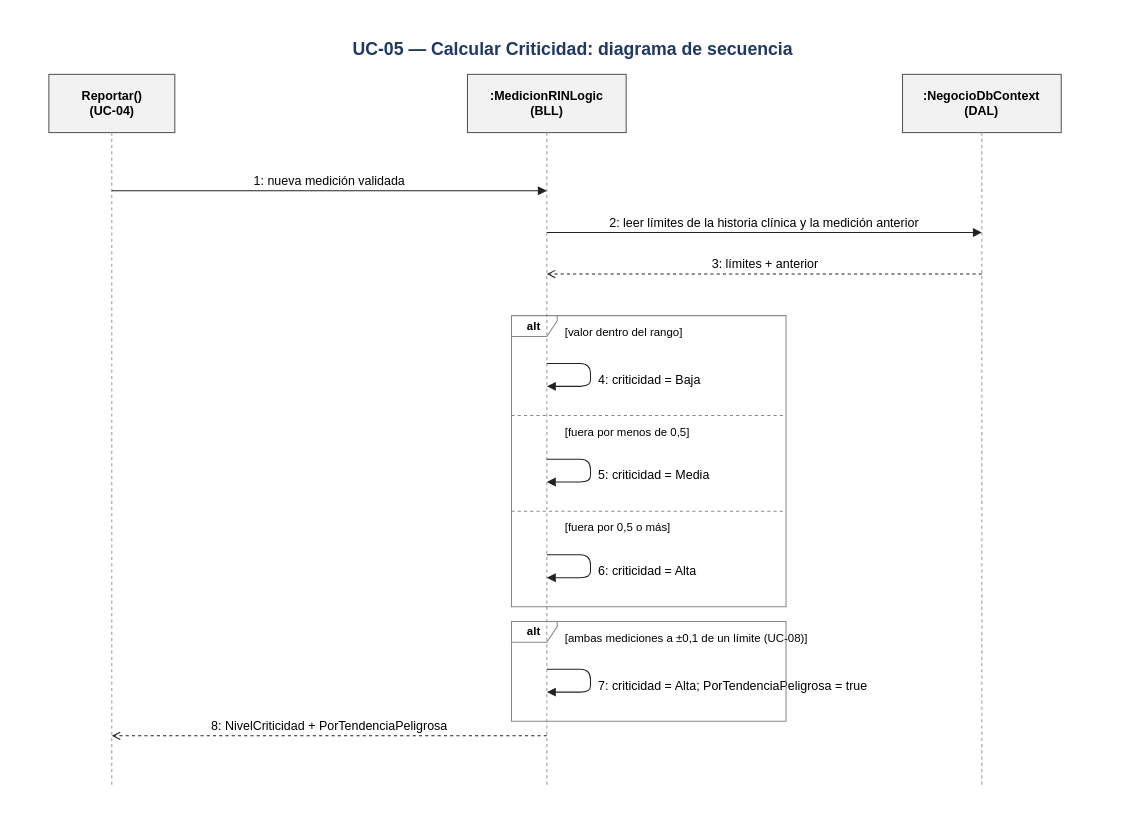
Above: Diagramas/UC-05/UC-05 - Secuencia.drawio in DanteSchlogl/OpenRIN-corregido (draw.io), before the change. Source tidied: cells renumbered, new cells numbered last; positions are measured from the earlier drawing's top-left corner, leaving out a move shared by most shapes. Both pictures are drawn from the tidied source at 104%, with x=0, y=0 at pixel (18, 32).
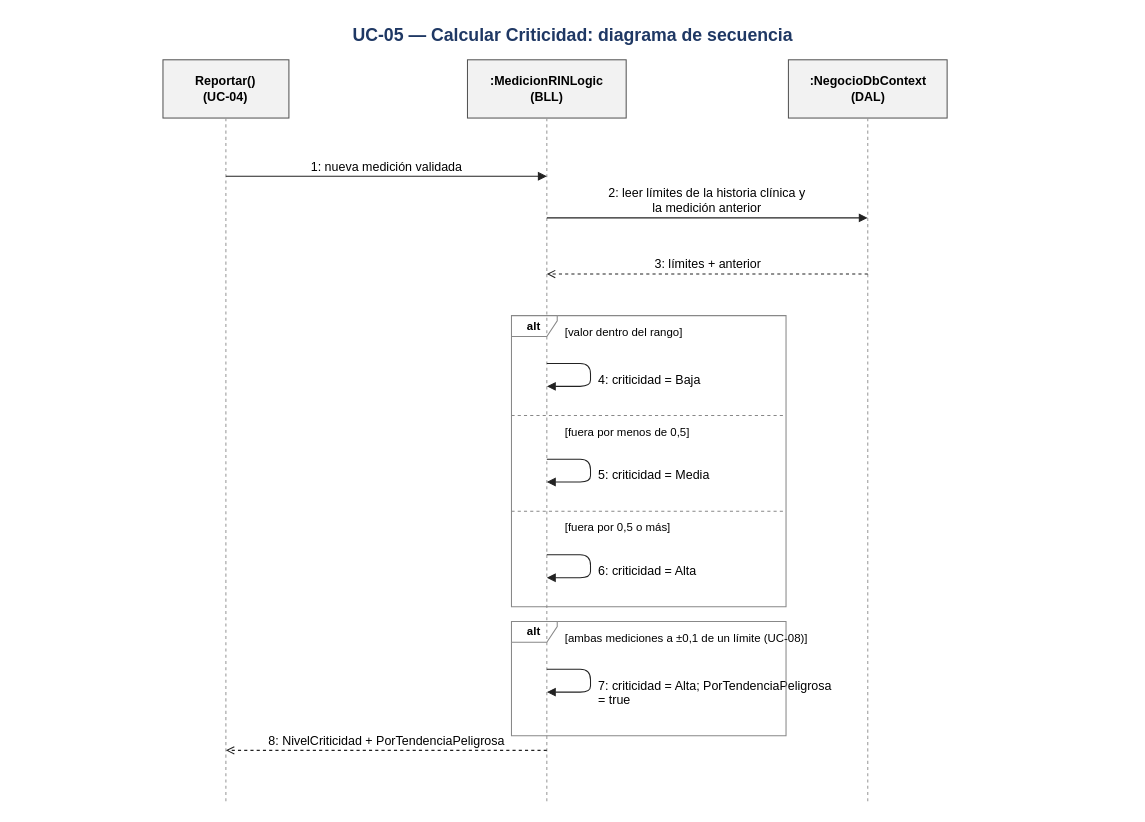
The same page after the edit.

What changed in the source:
```diff
@@
     <mxCell id="2" value="UC-05 — Calcular Criticidad: diagrama de secuencia" style="text;html=1;strokeColor=none;fillColor=none;fontFamily=Arial;whiteSpace=nowrap;fontSize=17;fontStyle=1;fontColor=#1F3864;align=center;whiteSpace=wrap;" parent="1" vertex="1">
-      <mxGeometry width="1066.6" height="28" as="geometry" />
+      <mxGeometry x="109.7" y="-14" width="847.2" height="28" as="geometry" />
     </mxCell>
     <mxCell id="3" value="Reportar()&lt;br/&gt;(UC-04)" style="rounded=0;whiteSpace=wrap;html=1;fillColor=#F2F2F2;strokeColor=#555555;fontFamily=Arial;fontSize=12;fontStyle=1;" parent="1" vertex="1">
-      <mxGeometry x="29.5" y="40" width="121.1" height="56" as="geometry" />
+      <mxGeometry x="139.2" y="26" width="121.1" height="56" as="geometry" />
     </mxCell>
     <mxCell id="4" style="endArrow=none;dashed=1;strokeColor=#999999;html=1;" parent="1" edge="1">
       <mxGeometry relative="1" as="geometry">
-        <mxPoint x="90" y="96" as="sourcePoint" />
-        <mxPoint x="90" y="726" as="targetPoint" />
+        <mxPoint x="199.7" y="82" as="sourcePoint" />
+        <mxPoint x="199.7" y="740" as="targetPoint" />
       </mxGeometry>
     </mxCell>
     <mxCell id="5" value=":MedicionRINLogic&lt;br/&gt;(BLL)" style="rounded=0;whiteSpace=wrap;html=1;fillColor=#F2F2F2;strokeColor=#555555;fontFamily=Arial;fontSize=12;fontStyle=1;" parent="1" vertex="1">
-      <mxGeometry x="432" y="40" width="152.6" height="56" as="geometry" />
+      <mxGeometry x="432" y="26" width="152.6" height="56" as="geometry" />
     </mxCell>
     <mxCell id="6" style="endArrow=none;dashed=1;strokeColor=#999999;html=1;" parent="1" edge="1">
       <mxGeometry relative="1" as="geometry">
-        <mxPoint x="508.3" y="96" as="sourcePoint" />
-        <mxPoint x="508.3" y="726" as="targetPoint" />
+        <mxPoint x="508.3" y="82" as="sourcePoint" />
+        <mxPoint x="508.3" y="740" as="targetPoint" />
       </mxGeometry>
     </mxCell>
     <mxCell id="7" value=":NegocioDbContext&lt;br/&gt;(DAL)" style="rounded=0;whiteSpace=wrap;html=1;fillColor=#F2F2F2;strokeColor=#555555;fontFamily=Arial;fontSize=12;fontStyle=1;" parent="1" vertex="1">
-      <mxGeometry x="850.3" y="40" width="152.6" height="56" as="geometry" />
+      <mxGeometry x="740.6" y="26" width="152.6" height="56" as="geometry" />
     </mxCell>
     <mxCell id="8" style="endArrow=none;dashed=1;strokeColor=#999999;html=1;" parent="1" edge="1">
       <mxGeometry relative="1" as="geometry">
-        <mxPoint x="926.6" y="96" as="sourcePoint" />
-        <mxPoint x="926.6" y="726" as="targetPoint" />
+        <mxPoint x="816.9" y="82" as="sourcePoint" />
+        <mxPoint x="816.9" y="740" as="targetPoint" />
       </mxGeometry>
     </mxCell>
     <mxCell id="9" value="1: nueva medición validada" style="html=1;edgeStyle=none;strokeColor=#222222;fontFamily=Arial;fontSize=12;verticalLabelPosition=top;verticalAlign=bottom;labelBackgroundColor=none;endArrow=block;endFill=1;" parent="1" edge="1">
       <mxGeometry relative="1" as="geometry">
-        <mxPoint x="90" y="152" as="sourcePoint" />
-        <mxPoint x="508.3" y="152" as="targetPoint" />
+        <mxPoint x="199.7" y="138" as="sourcePoint" />
+        <mxPoint x="508.3" y="138" as="targetPoint" />
       </mxGeometry>
     </mxCell>
-    <mxCell id="10" value="2: leer límites de la historia clínica y la medición anterior" style="html=1;edgeStyle=none;strokeColor=#222222;fontFamily=Arial;fontSize=12;verticalLabelPosition=top;verticalAlign=bottom;labelBackgroundColor=none;endArrow=block;endFill=1;" parent="1" edge="1">
+    <mxCell id="10" value="2: leer límites de la historia clínica y&lt;br/&gt;la medición anterior" style="html=1;edgeStyle=none;strokeColor=#222222;fontFamily=Arial;fontSize=12;verticalLabelPosition=top;verticalAlign=bottom;labelBackgroundColor=none;endArrow=block;endFill=1;" parent="1" edge="1">
       <mxGeometry relative="1" as="geometry">
-        <mxPoint x="508.3" y="192" as="sourcePoint" />
-        <mxPoint x="926.6" y="192" as="targetPoint" />
+        <mxPoint x="508.3" y="178" as="sourcePoint" />
+        <mxPoint x="816.9" y="178" as="targetPoint" />
       </mxGeometry>
     </mxCell>
     <mxCell id="11" value="3: límites + anterior" style="html=1;edgeStyle=none;strokeColor=#222222;fontFamily=Arial;fontSize=12;verticalLabelPosition=top;verticalAlign=bottom;labelBackgroundColor=none;endArrow=open;endFill=0;dashed=1;" parent="1" edge="1">
       <mxGeometry relative="1" as="geometry">
-        <mxPoint x="926.6" y="232" as="sourcePoint" />
+        <mxPoint x="816.9" y="232" as="sourcePoint" />
         <mxPoint x="508.3" y="232" as="targetPoint" />
       </mxGeometry>
     </mxCell>
@@
     <mxCell id="13" value="4: criticidad = Baja" style="text;html=1;strokeColor=none;fillColor=none;fontFamily=Arial;whiteSpace=nowrap;fontSize=12;align=left;" parent="1" vertex="1">
-      <mxGeometry x="556.3" y="320" width="140" height="18" as="geometry" />
+      <mxGeometry x="556.3" y="320" width="280" height="18" as="geometry" />
     </mxCell>
@@
     <mxCell id="15" value="5: criticidad = Media" style="text;html=1;strokeColor=none;fillColor=none;fontFamily=Arial;whiteSpace=nowrap;fontSize=12;align=left;" parent="1" vertex="1">
-      <mxGeometry x="556.3" y="412" width="146.3" height="18" as="geometry" />
+      <mxGeometry x="556.3" y="412" width="280" height="18" as="geometry" />
     </mxCell>
@@
     <mxCell id="17" value="6: criticidad = Alta" style="text;html=1;strokeColor=none;fillColor=none;fontFamily=Arial;whiteSpace=nowrap;fontSize=12;align=left;" parent="1" vertex="1">
-      <mxGeometry x="556.3" y="504" width="140" height="18" as="geometry" />
+      <mxGeometry x="556.3" y="504" width="280" height="18" as="geometry" />
     </mxCell>
@@
-    <mxCell id="25" value="7: criticidad = Alta; PorTendenciaPeligrosa = true" style="text;html=1;strokeColor=none;fillColor=none;fontFamily=Arial;whiteSpace=nowrap;fontSize=12;align=left;" parent="1" vertex="1">
-      <mxGeometry x="556.3" y="614" width="329" height="18" as="geometry" />
+    <mxCell id="25" value="7: criticidad = Alta; PorTendenciaPeligrosa&lt;br/&gt;= true" style="text;html=1;strokeColor=none;fillColor=none;fontFamily=Arial;whiteSpace=nowrap;fontSize=12;align=left;" parent="1" vertex="1">
+      <mxGeometry x="556.3" y="614" width="280" height="32" as="geometry" />
     </mxCell>
     <mxCell id="26" value="alt" style="shape=umlFrame;whiteSpace=wrap;html=1;width=44;height=20;fillColor=none;strokeColor=#888888;fontFamily=Arial;fontSize=11;fontStyle=1;" parent="1" vertex="1">
-      <mxGeometry x="474.3" y="566" width="264" height="96" as="geometry" />
+      <mxGeometry x="474.3" y="566" width="264" height="110" as="geometry" />
     </mxCell>
@@
     <mxCell id="28" value="8: NivelCriticidad + PorTendenciaPeligrosa" style="html=1;edgeStyle=none;strokeColor=#222222;fontFamily=Arial;fontSize=12;verticalLabelPosition=top;verticalAlign=bottom;labelBackgroundColor=none;endArrow=open;endFill=0;dashed=1;" parent="1" edge="1">
       <mxGeometry relative="1" as="geometry">
-        <mxPoint x="508.3" y="676" as="sourcePoint" />
-        <mxPoint x="90" y="676" as="targetPoint" />
+        <mxPoint x="508.3" y="690" as="sourcePoint" />
+        <mxPoint x="199.7" y="690" as="targetPoint" />
       </mxGeometry>
     </mxCell>
```
